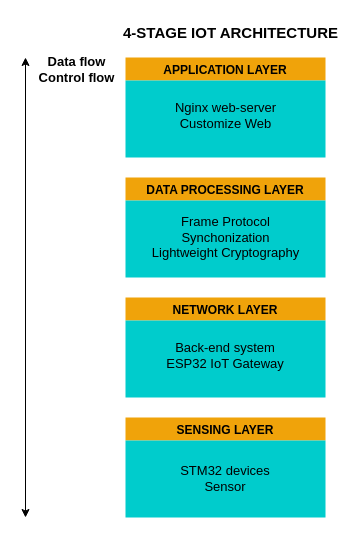
This is page "Page-2-IoT-Archi" (2 of 3) of Thesis-Template0_1_0/Thesis.drawio from ngminhthanh12a3/ThesisVersioning0_1_0, a draw.io file, before an edit. Source tidied: cells renumbered, new cells numbered last; positions are measured from the earlier drawing's top-left corner, leaving out a move shared by most shapes. Both pictures are drawn from the tidied source at 100%, with x=0, y=0 at pixel (25, 17).
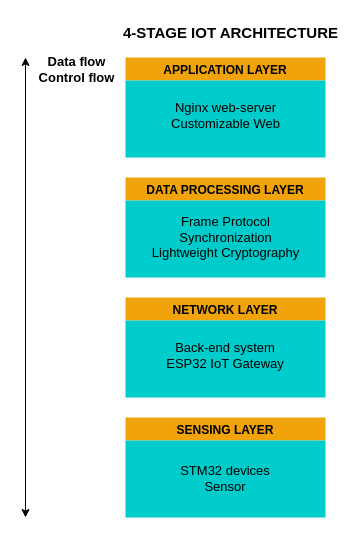
After the change.

The edit, as a diff of the source:
```diff
@@
 <mxGraphModel>
   <root>
     <mxCell id="0" />
     <mxCell id="1" parent="0" />
     <mxCell id="2" value="APPLICATION LAYER" style="swimlane;fillColor=#f0a30a;strokeColor=none;fontColor=#000000;swimlaneFillColor=#00CCCC;swimlaneLine=1;rounded=0;" parent="1" vertex="1">
       <mxGeometry x="100" y="40" width="200" height="100" as="geometry" />
     </mxCell>
-    <mxCell id="3" value="Nginx web-server&lt;br&gt;Customize Web" style="text;html=1;strokeColor=none;fillColor=none;align=center;verticalAlign=middle;whiteSpace=wrap;rounded=0;labelBackgroundColor=none;fontSize=13;" parent="2" vertex="1">
+    <mxCell id="3" value="Nginx web-server&lt;br&gt;Customizable Web" style="text;html=1;strokeColor=none;fillColor=none;align=center;verticalAlign=middle;whiteSpace=wrap;rounded=0;labelBackgroundColor=none;fontSize=13;" parent="2" vertex="1">
       <mxGeometry x="17.5" y="43" width="165" height="30" as="geometry" />
     </mxCell>
     <mxCell id="4" value="4-STAGE IOT ARCHITECTURE" style="text;html=1;strokeColor=none;fillColor=none;align=center;verticalAlign=middle;whiteSpace=wrap;rounded=0;fontColor=#000000;fontStyle=1;fontSize=15;" parent="1" vertex="1">
       <mxGeometry x="93" width="225" height="30" as="geometry" />
     </mxCell>
     <mxCell id="5" value="DATA PROCESSING LAYER" style="swimlane;fillColor=#f0a30a;strokeColor=none;fontColor=#000000;swimlaneFillColor=#00CCCC;swimlaneLine=1;rounded=0;" parent="1" vertex="1">
       <mxGeometry x="100" y="160" width="200" height="100" as="geometry" />
     </mxCell>
     <mxCell id="6" value="NETWORK LAYER" style="swimlane;fillColor=#f0a30a;strokeColor=none;fontColor=#000000;swimlaneFillColor=#00CCCC;swimlaneLine=1;rounded=0;" parent="1" vertex="1">
       <mxGeometry x="100" y="280" width="200" height="100" as="geometry" />
     </mxCell>
     <mxCell id="7" value="Back-end system&lt;br&gt;ESP32 IoT Gateway" style="text;html=1;strokeColor=none;fillColor=none;align=center;verticalAlign=middle;whiteSpace=wrap;rounded=0;labelBackgroundColor=none;fontSize=13;" parent="6" vertex="1">
       <mxGeometry x="35" y="43" width="130" height="30" as="geometry" />
     </mxCell>
     <mxCell id="8" value="SENSING LAYER" style="swimlane;fillColor=#f0a30a;strokeColor=none;fontColor=#000000;swimlaneFillColor=#00CCCC;swimlaneLine=1;rounded=0;" parent="1" vertex="1">
       <mxGeometry x="100" y="400" width="200" height="100" as="geometry" />
     </mxCell>
     <mxCell id="9" value="STM32 devices&lt;br&gt;Sensor" style="text;html=1;strokeColor=none;fillColor=none;align=center;verticalAlign=middle;whiteSpace=wrap;rounded=0;labelBackgroundColor=none;fontSize=13;" parent="8" vertex="1">
       <mxGeometry x="35" y="46" width="130" height="30" as="geometry" />
     </mxCell>
     <mxCell id="10" style="endArrow=classic;startArrow=classic;html=1;rounded=0;" parent="1" edge="1">
       <mxGeometry relative="1" as="geometry">
         <mxPoint y="500" as="sourcePoint" />
         <mxPoint y="40" as="targetPoint" />
       </mxGeometry>
     </mxCell>
     <mxCell id="11" value="Data flow&lt;br style=&quot;font-size: 13px;&quot;&gt;Control flow" style="edgeLabel;html=1;align=center;verticalAlign=middle;fontSize=13;labelBackgroundColor=none;fontStyle=1;" parent="10" vertex="1">
       <mxGeometry x="0.87" relative="1" as="geometry">
         <mxPoint x="50" y="-19" as="offset" />
       </mxGeometry>
     </mxCell>
-    <mxCell id="12" value="Frame Protocol&lt;br&gt;Synchonization&lt;br&gt;Lightweight Cryptography" style="text;html=1;strokeColor=none;fillColor=none;align=center;verticalAlign=middle;whiteSpace=wrap;rounded=0;labelBackgroundColor=none;fontSize=13;" parent="1" vertex="1">
+    <mxCell id="12" value="Frame Protocol&lt;br&gt;Synchronization&lt;br&gt;Lightweight Cryptography" style="text;html=1;strokeColor=none;fillColor=none;align=center;verticalAlign=middle;whiteSpace=wrap;rounded=0;labelBackgroundColor=none;fontSize=13;" parent="1" vertex="1">
       <mxGeometry x="117.5" y="205" width="165" height="30" as="geometry" />
     </mxCell>
   </root>
 </mxGraphModel>
```
